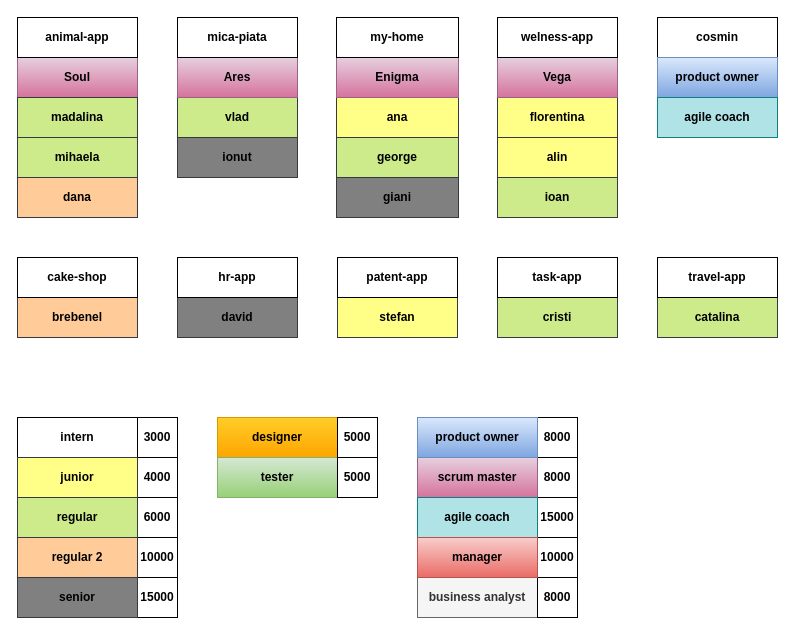
This is docs/team.drawio from cosminbucur/final-ro23, a draw.io file, before an edit. Source tidied: cells renumbered, new cells numbered last; positions are measured from the earlier drawing's top-left corner, leaving out a move shared by most shapes. Both pictures are drawn from the tidied source at 100%, with x=0, y=0 at pixel (17, 17).
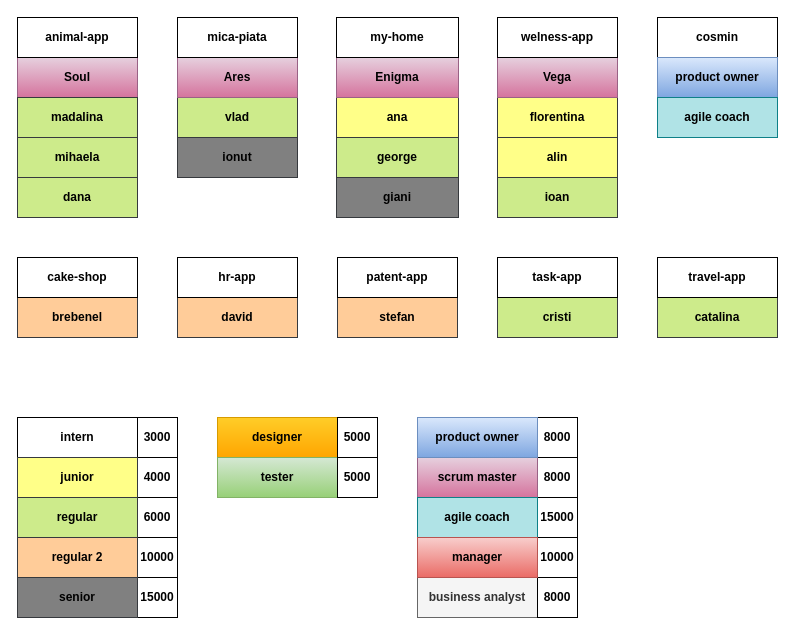
The same diagram, later.

The change refers to these unchanged cells:
```xml
<mxCell id="44" style="group;" parent="1" vertex="1">
  <mxGeometry width="120" height="200" as="geometry" />
</mxCell>
```

What changed in the source:
```diff
@@
-    <mxCell id="2" style="group;" parent="1" vertex="1">
+    <mxCell id="2" style="group;fillColor=#ffcc99;strokeColor=#36393d;" parent="1" vertex="1">
       <mxGeometry x="320" y="240" width="120" height="80" as="geometry" />
     </mxCell>
-    <mxCell id="3" value="stefan" style="rounded=0;whiteSpace=wrap;html=1;fillColor=#ffff88;strokeColor=#36393d;fontStyle=1;" parent="2" vertex="1">
+    <mxCell id="3" value="stefan" style="rounded=0;whiteSpace=wrap;html=1;fillColor=#ffcc99;strokeColor=#36393d;fontStyle=1;" parent="2" vertex="1">
       <mxGeometry y="40" width="120" height="40" as="geometry" />
     </mxCell>
@@
-    <mxCell id="14" style="group;" parent="1" vertex="1">
+    <mxCell id="14" style="group;fillColor=#ffcc99;strokeColor=#36393d;" parent="1" vertex="1">
       <mxGeometry x="160" y="240" width="120" height="80" as="geometry" />
     </mxCell>
-    <mxCell id="15" value="david" style="rounded=0;whiteSpace=wrap;html=1;strokeColor=#36393d;fontStyle=1;fillColor=#808080;" parent="14" vertex="1">
+    <mxCell id="15" value="david" style="rounded=0;whiteSpace=wrap;html=1;strokeColor=#36393d;fontStyle=1;fillColor=#ffcc99;" parent="14" vertex="1">
       <mxGeometry y="40" width="120" height="40" as="geometry" />
     </mxCell>
@@
-    <mxCell id="48" value="dana" style="rounded=0;whiteSpace=wrap;html=1;strokeColor=#36393d;fontStyle=1;fillColor=#FFCC99;" parent="44" vertex="1">
+    <mxCell id="48" value="dana" style="rounded=0;whiteSpace=wrap;html=1;strokeColor=#36393d;fontStyle=1;fillColor=#cdeb8b;" parent="44" vertex="1">
       <mxGeometry y="160" width="120" height="40" as="geometry" />
     </mxCell>
```
